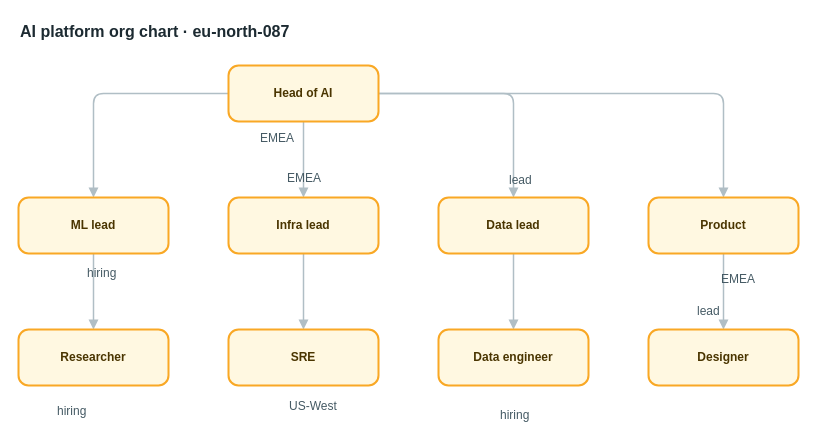
Above: apps/web/public/samples/library/087-ai-platform-org-chart.drawio in AryanG01/open-apprentice (draw.io), before the change. Source tidied: cells renumbered, new cells numbered last; positions are measured from the earlier drawing's top-left corner, leaving out a move shared by most shapes. Both pictures are drawn from the tidied source at 100%, with x=0, y=0 at pixel (18, 17).
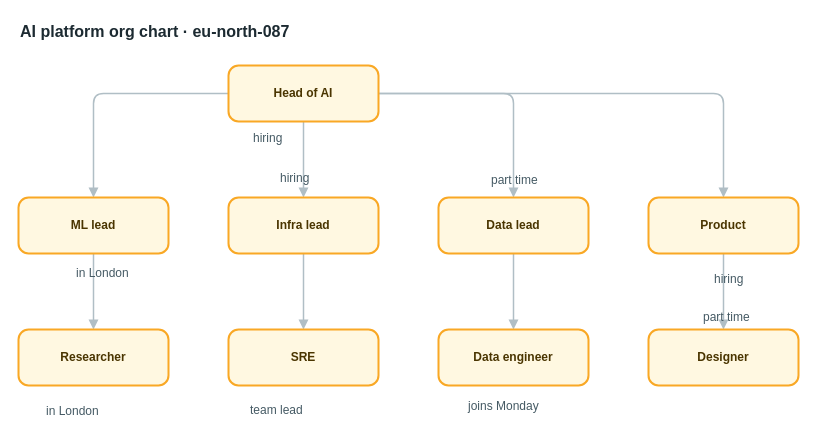
The same page after the edit.

Change to the diagram source:
```diff
@@
-    <mxCell id="20" value="EMEA" style="text;html=1;align=left;verticalAlign=top;whiteSpace=nowrap;spacing=0;spacingTop=0;strokeColor=none;fillColor=none;fontSize=12;fontColor=#455a64;" parent="1" vertex="1">
-      <mxGeometry x="242" y="109" width="40" height="20" as="geometry" />
+    <mxCell id="20" value="hiring" style="text;html=1;align=left;verticalAlign=top;whiteSpace=nowrap;spacing=0;spacingTop=0;strokeColor=none;fillColor=none;fontSize=12;fontColor=#455a64;" parent="1" vertex="1">
+      <mxGeometry x="235" y="109" width="54" height="20" as="geometry" />
     </mxCell>
-    <mxCell id="21" value="hiring" style="text;html=1;align=left;verticalAlign=top;whiteSpace=nowrap;spacing=0;spacingTop=0;strokeColor=none;fillColor=none;fontSize=12;fontColor=#455a64;" parent="1" vertex="1">
-      <mxGeometry x="69" y="244" width="54" height="20" as="geometry" />
+    <mxCell id="21" value="in London" style="text;html=1;align=left;verticalAlign=top;whiteSpace=nowrap;spacing=0;spacingTop=0;strokeColor=none;fillColor=none;fontSize=12;fontColor=#455a64;" parent="1" vertex="1">
+      <mxGeometry x="58" y="244" width="75" height="20" as="geometry" />
     </mxCell>
-    <mxCell id="22" value="EMEA" style="text;html=1;align=left;verticalAlign=top;whiteSpace=nowrap;spacing=0;spacingTop=0;strokeColor=none;fillColor=none;fontSize=12;fontColor=#455a64;" parent="1" vertex="1">
-      <mxGeometry x="269" y="149" width="40" height="20" as="geometry" />
+    <mxCell id="22" value="hiring" style="text;html=1;align=left;verticalAlign=top;whiteSpace=nowrap;spacing=0;spacingTop=0;strokeColor=none;fillColor=none;fontSize=12;fontColor=#455a64;" parent="1" vertex="1">
+      <mxGeometry x="262" y="149" width="54" height="20" as="geometry" />
     </mxCell>
-    <mxCell id="23" value="lead" style="text;html=1;align=left;verticalAlign=top;whiteSpace=nowrap;spacing=0;spacingTop=0;strokeColor=none;fillColor=none;fontSize=12;fontColor=#455a64;" parent="1" vertex="1">
-      <mxGeometry x="491" y="151" width="40" height="20" as="geometry" />
+    <mxCell id="23" value="part time" style="text;html=1;align=left;verticalAlign=top;whiteSpace=nowrap;spacing=0;spacingTop=0;strokeColor=none;fillColor=none;fontSize=12;fontColor=#455a64;" parent="1" vertex="1">
+      <mxGeometry x="473" y="151" width="75" height="20" as="geometry" />
     </mxCell>
-    <mxCell id="24" value="EMEA" style="text;html=1;align=left;verticalAlign=top;whiteSpace=nowrap;spacing=0;spacingTop=0;strokeColor=none;fillColor=none;fontSize=12;fontColor=#455a64;" parent="1" vertex="1">
-      <mxGeometry x="703" y="250" width="40" height="20" as="geometry" />
+    <mxCell id="24" value="hiring" style="text;html=1;align=left;verticalAlign=top;whiteSpace=nowrap;spacing=0;spacingTop=0;strokeColor=none;fillColor=none;fontSize=12;fontColor=#455a64;" parent="1" vertex="1">
+      <mxGeometry x="696" y="250" width="54" height="20" as="geometry" />
     </mxCell>
-    <mxCell id="25" value="hiring" style="text;html=1;align=left;verticalAlign=top;whiteSpace=nowrap;spacing=0;spacingTop=0;strokeColor=none;fillColor=none;fontSize=12;fontColor=#455a64;" parent="1" vertex="1">
-      <mxGeometry x="39" y="382" width="54" height="20" as="geometry" />
+    <mxCell id="25" value="in London" style="text;html=1;align=left;verticalAlign=top;whiteSpace=nowrap;spacing=0;spacingTop=0;strokeColor=none;fillColor=none;fontSize=12;fontColor=#455a64;" parent="1" vertex="1">
+      <mxGeometry x="28" y="382" width="75" height="20" as="geometry" />
     </mxCell>
-    <mxCell id="26" value="US-West" style="text;html=1;align=left;verticalAlign=top;whiteSpace=nowrap;spacing=0;spacingTop=0;strokeColor=none;fillColor=none;fontSize=12;fontColor=#455a64;" parent="1" vertex="1">
-      <mxGeometry x="271" y="377" width="61" height="20" as="geometry" />
+    <mxCell id="26" value="team lead" style="text;html=1;align=left;verticalAlign=top;whiteSpace=nowrap;spacing=0;spacingTop=0;strokeColor=none;fillColor=none;fontSize=12;fontColor=#455a64;" parent="1" vertex="1">
+      <mxGeometry x="232" y="381" width="75" height="20" as="geometry" />
     </mxCell>
-    <mxCell id="27" value="hiring" style="text;html=1;align=left;verticalAlign=top;whiteSpace=nowrap;spacing=0;spacingTop=0;strokeColor=none;fillColor=none;fontSize=12;fontColor=#455a64;" parent="1" vertex="1">
-      <mxGeometry x="482" y="386" width="54" height="20" as="geometry" />
+    <mxCell id="27" value="joins Monday" style="text;html=1;align=left;verticalAlign=top;whiteSpace=nowrap;spacing=0;spacingTop=0;strokeColor=none;fillColor=none;fontSize=12;fontColor=#455a64;" parent="1" vertex="1">
+      <mxGeometry x="450" y="377" width="96" height="20" as="geometry" />
     </mxCell>
-    <mxCell id="28" value="lead" style="text;html=1;align=left;verticalAlign=top;whiteSpace=nowrap;spacing=0;spacingTop=0;strokeColor=none;fillColor=none;fontSize=12;fontColor=#455a64;" parent="1" vertex="1">
-      <mxGeometry x="679" y="282" width="40" height="20" as="geometry" />
+    <mxCell id="28" value="part time" style="text;html=1;align=left;verticalAlign=top;whiteSpace=nowrap;spacing=0;spacingTop=0;strokeColor=none;fillColor=none;fontSize=12;fontColor=#455a64;" parent="1" vertex="1">
+      <mxGeometry x="685" y="288" width="75" height="20" as="geometry" />
     </mxCell>
```
